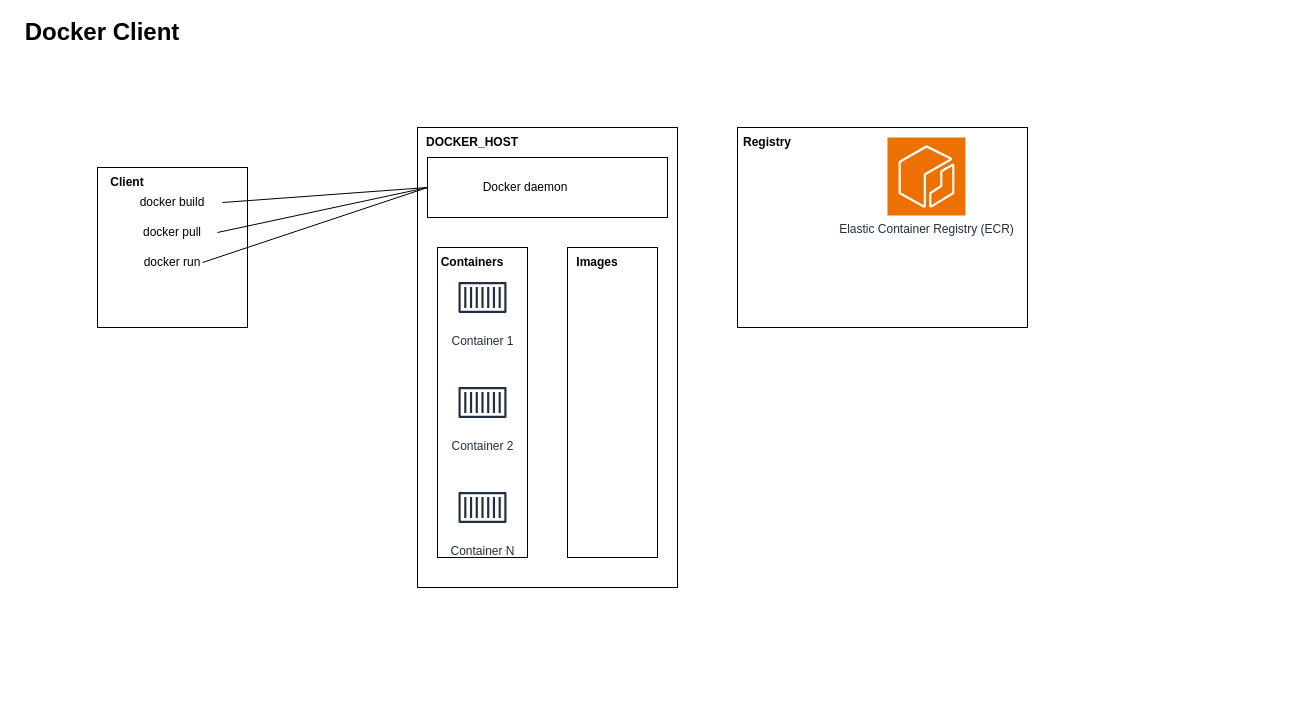
coderTechJordan/Networking keeps this draw.io diagram as Docker Architecture.drawio. Above is the earlier version. Source tidied: cells renumbered, new cells numbered last; positions are measured from the earlier drawing's top-left corner, leaving out a move shared by most shapes. Both pictures are drawn from the tidied source at 100%, with x=0, y=0 at pixel (17, 17). Pictures stored in the file or linked from it are replaced by grey dashed boxes.
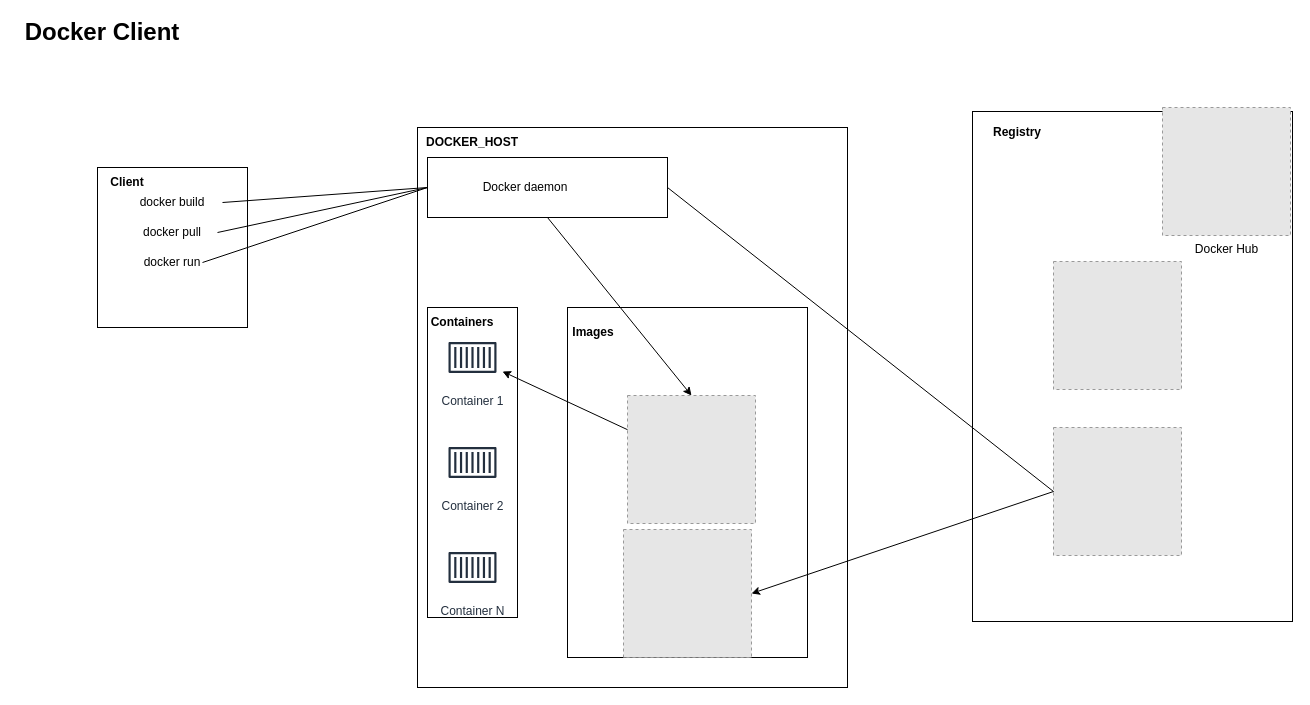
The same page after the edit.

The change refers to these unchanged cells:
```xml
<mxCell id="10" style="rounded=0;whiteSpace=wrap;html=1;" parent="1" vertex="1">
  <mxGeometry x="410" y="140" width="240" height="60" as="geometry" />
</mxCell>
```

What changed in the source:
```diff
@@
     <mxCell id="8" style="rounded=0;whiteSpace=wrap;html=1;" parent="1" vertex="1">
-      <mxGeometry x="400" y="110" width="260" height="460" as="geometry" />
+      <mxGeometry x="400" y="110" width="430" height="560" as="geometry" />
     </mxCell>
@@
     <mxCell id="12" style="rounded=0;whiteSpace=wrap;html=1;" parent="1" vertex="1">
-      <mxGeometry x="420" y="230" width="90" height="310" as="geometry" />
+      <mxGeometry x="410" y="290" width="90" height="310" as="geometry" />
     </mxCell>
     <mxCell id="13" value="Container 1" style="sketch=0;outlineConnect=0;fontColor=#232F3E;gradientColor=none;strokeColor=#232F3E;fillColor=#ffffff;dashed=0;verticalLabelPosition=bottom;verticalAlign=top;align=center;html=1;fontSize=12;fontStyle=0;shape=mxgraph.aws4.resourceIcon;resIcon=mxgraph.aws4.container_1;" parent="1" vertex="1">
-      <mxGeometry x="435" y="250" width="60" height="60" as="geometry" />
+      <mxGeometry x="425" y="310" width="60" height="60" as="geometry" />
     </mxCell>
     <mxCell id="14" value="Container 2" style="sketch=0;fontColor=#232F3E;gradientColor=none;strokeColor=#232F3E;fillColor=#ffffff;dashed=0;verticalLabelPosition=bottom;verticalAlign=top;align=center;html=1;fontSize=12;fontStyle=0;shape=mxgraph.aws4.resourceIcon;resIcon=mxgraph.aws4.container_1;" parent="1" vertex="1">
-      <mxGeometry x="435" y="355" width="60" height="60" as="geometry" />
+      <mxGeometry x="425" y="415" width="60" height="60" as="geometry" />
     </mxCell>
     <mxCell id="15" value="Container N" style="sketch=0;fontColor=#232F3E;gradientColor=none;strokeColor=#232F3E;fillColor=#ffffff;dashed=0;verticalLabelPosition=bottom;verticalAlign=top;align=center;html=1;fontSize=12;fontStyle=0;shape=mxgraph.aws4.resourceIcon;resIcon=mxgraph.aws4.container_1;" parent="1" vertex="1">
-      <mxGeometry x="435" y="460" width="60" height="60" as="geometry" />
+      <mxGeometry x="425" y="520" width="60" height="60" as="geometry" />
     </mxCell>
     <mxCell id="16" value="&lt;b&gt;Containers&lt;/b&gt;" style="text;html=1;strokeColor=none;fillColor=none;align=center;verticalAlign=middle;whiteSpace=wrap;rounded=0;" parent="1" vertex="1">
-      <mxGeometry x="425" y="230" width="60" height="30" as="geometry" />
+      <mxGeometry x="415" y="290" width="60" height="30" as="geometry" />
     </mxCell>
@@
     <mxCell id="20" style="rounded=0;whiteSpace=wrap;html=1;" parent="1" vertex="1">
-      <mxGeometry x="550" y="230" width="90" height="310" as="geometry" />
+      <mxGeometry x="550" y="290" width="240" height="350" as="geometry" />
     </mxCell>
     <mxCell id="21" value="&lt;b&gt;Images&lt;/b&gt;" style="text;html=1;strokeColor=none;fillColor=none;align=center;verticalAlign=middle;whiteSpace=wrap;rounded=0;" parent="1" vertex="1">
-      <mxGeometry x="550" y="230" width="60" height="30" as="geometry" />
+      <mxGeometry x="546" y="300" width="60" height="30" as="geometry" />
     </mxCell>
     <mxCell id="22" style="rounded=0;whiteSpace=wrap;html=1;" parent="1" vertex="1">
-      <mxGeometry x="720" y="110" width="290" height="200" as="geometry" />
+      <mxGeometry x="955" y="94" width="320" height="510" as="geometry" />
     </mxCell>
     <mxCell id="23" value="&lt;b&gt;Registry&lt;/b&gt;" style="text;html=1;strokeColor=none;fillColor=none;align=center;verticalAlign=middle;whiteSpace=wrap;rounded=0;" parent="1" vertex="1">
-      <mxGeometry x="720" y="110" width="60" height="30" as="geometry" />
+      <mxGeometry x="970" y="100" width="60" height="30" as="geometry" />
     </mxCell>
-    <mxCell id="24" value="Elastic Container Registry (ECR)" style="sketch=0;fontColor=#232F3E;fillColor=#ED7100;strokeColor=#ffffff;dashed=0;verticalLabelPosition=bottom;verticalAlign=top;align=center;html=1;fontSize=12;fontStyle=0;shape=mxgraph.aws4.resourceIcon;resIcon=mxgraph.aws4.ecr;" parent="1" vertex="1">
-      <mxGeometry x="870" y="120" width="78" height="78" as="geometry" />
-    </mxCell>
+    <mxCell id="25" style="fillColor=#E6E6E6;strokeColor=#999999;dashed=1;html=1;verticalAlign=top;verticalLabelPosition=bottom;labelBackgroundColor=#ffffff;" parent="1" vertex="1">
+      <mxGeometry x="1036" y="244" width="128" height="128" as="geometry" />
+    </mxCell>
+    <mxCell id="26" style="fillColor=#E6E6E6;strokeColor=#999999;dashed=1;html=1;verticalAlign=top;verticalLabelPosition=bottom;labelBackgroundColor=#ffffff;" parent="1" vertex="1">
+      <mxGeometry x="606" y="512" width="128" height="128" as="geometry" />
+    </mxCell>
+    <mxCell id="27" style="fillColor=#E6E6E6;strokeColor=#999999;dashed=1;html=1;verticalAlign=top;verticalLabelPosition=bottom;labelBackgroundColor=#ffffff;" parent="1" vertex="1">
+      <mxGeometry x="610" y="378" width="128" height="128" as="geometry" />
+    </mxCell>
+    <mxCell id="28" style="fillColor=#E6E6E6;strokeColor=#999999;dashed=1;html=1;verticalAlign=top;verticalLabelPosition=bottom;labelBackgroundColor=#ffffff;" parent="1" vertex="1">
+      <mxGeometry x="1036" y="410" width="128" height="128" as="geometry" />
+    </mxCell>
+    <mxCell id="29" value="Docker Hub" style="fillColor=#E6E6E6;strokeColor=#999999;dashed=1;html=1;verticalAlign=top;verticalLabelPosition=bottom;labelBackgroundColor=#ffffff;" parent="1" vertex="1">
+      <mxGeometry x="1145" y="90" width="128" height="128" as="geometry" />
+    </mxCell>
+    <mxCell id="30" style="endArrow=none;html=1;rounded=0;entryX=1;entryY=0.5;entryDx=0;entryDy=0;exitX=0;exitY=0.5;exitDx=0;exitDy=0;" parent="1" edge="1" source="28" target="10">
+      <mxGeometry relative="1" as="geometry" />
+    </mxCell>
+    <mxCell id="31" style="endArrow=classic;html=1;rounded=0;entryX=1;entryY=0.5;entryDx=0;entryDy=0;exitX=0;exitY=0.5;exitDx=0;exitDy=0;" parent="1" edge="1" source="28" target="26">
+      <mxGeometry relative="1" as="geometry" />
+    </mxCell>
+    <mxCell id="32" style="endArrow=classic;html=1;rounded=0;exitX=0.5;exitY=1;exitDx=0;exitDy=0;entryX=0.5;entryY=0;entryDx=0;entryDy=0;" parent="1" edge="1" source="10" target="27">
+      <mxGeometry relative="1" as="geometry" />
+    </mxCell>
+    <mxCell id="33" style="endArrow=classic;html=1;rounded=0;" parent="1" edge="1" source="27" target="13">
+      <mxGeometry relative="1" as="geometry" />
+    </mxCell>
```
